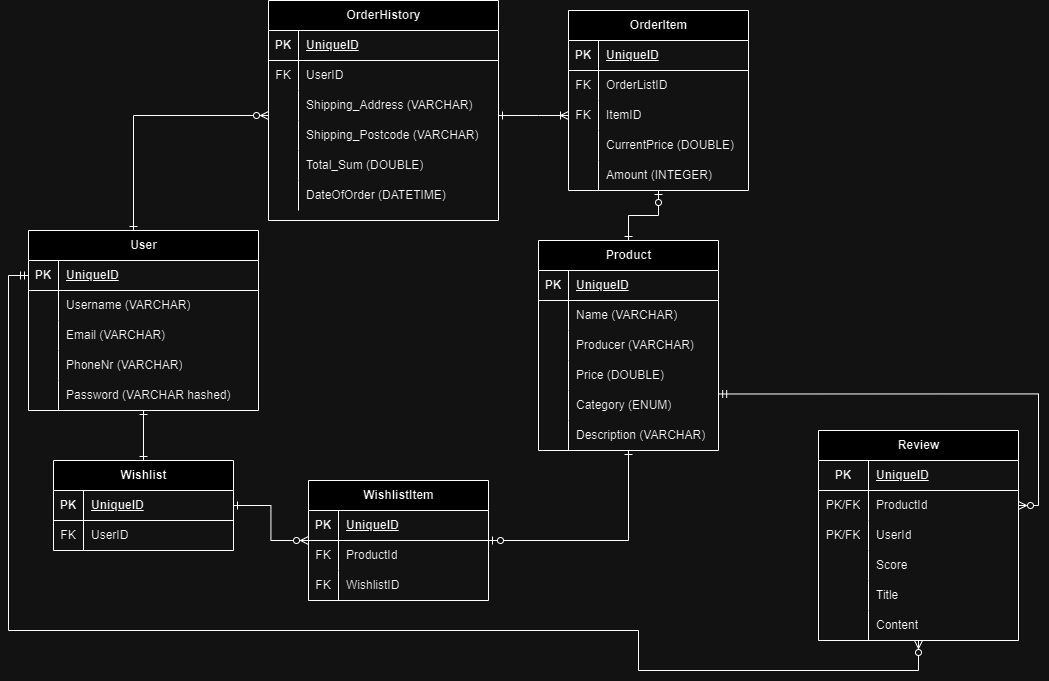
TheGrevling/Project-Marketplace-Backend keeps this draw.io diagram as Documentation/ER diagram.png. Above is the earlier version. Source tidied: cells renumbered, new cells last; positions are measured from the earlier drawing's top-left corner, leaving out a move shared by most shapes.
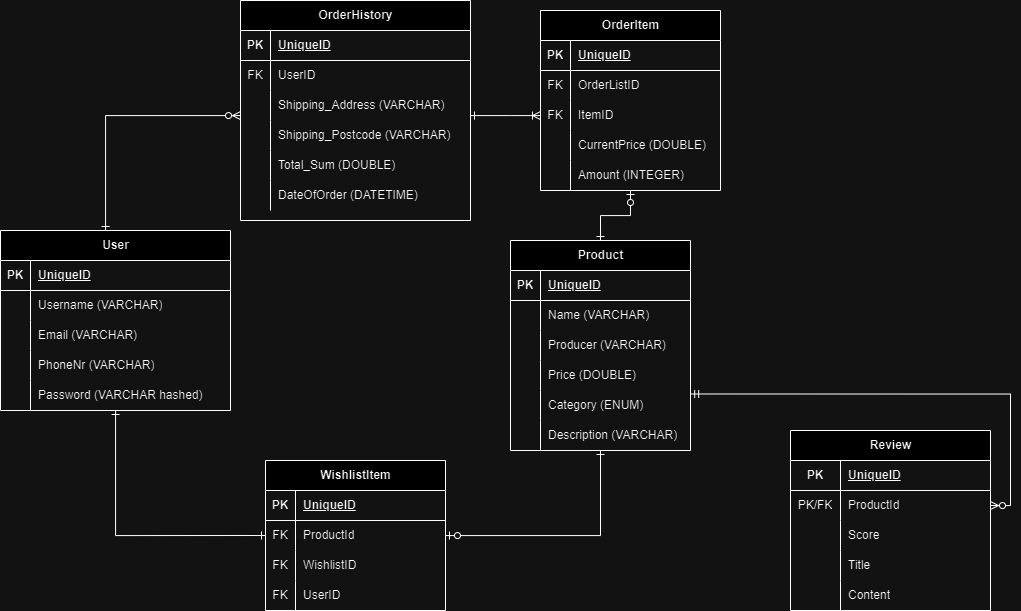
Later version of the same file.

Diff of the diagram source:
```diff
@@ -9,7 +9,7 @@
         </Array>
       </mxGeometry>
     </mxCell>
-    <mxCell id="3" style="edgeStyle=orthogonalEdgeStyle;rounded=0;jettySize=auto;html=1;startArrow=ERone;startFill=0;endArrow=ERone;endFill=0;" parent="1" edge="1" source="4" target="62">
+    <mxCell id="3" style="edgeStyle=orthogonalEdgeStyle;rounded=0;jettySize=auto;html=1;startArrow=ERone;startFill=0;endArrow=ERone;endFill=0;entryX=0;entryY=0.5;entryDx=0;entryDy=0;" parent="1" edge="1" source="4" target="74">
       <mxGeometry relative="1" as="geometry" />
     </mxCell>
     <mxCell id="4" value="User" style="shape=table;startSize=30;rowLines=0;fontStyle=1;align=center;html=1;" parent="1" vertex="1">
@@ -185,38 +185,14 @@
     <mxCell id="59" value="Description (VARCHAR)" style="shape=partialRectangle;fillColor=none;top=0;left=0;bottom=0;right=0;align=left;spacingLeft=6;overflow=hidden;whiteSpace=wrap;html=1;" parent="57" vertex="1">
       <mxGeometry x="30" width="150" height="30" as="geometry" />
     </mxCell>
-    <mxCell id="60" style="edgeStyle=orthogonalEdgeStyle;rounded=0;jettySize=auto;html=1;startArrow=ERone;startFill=0;endArrow=ERzeroToMany;endFill=0;entryX=0;entryY=0.5;entryDx=0;entryDy=0;exitX=1;exitY=0.5;exitDx=0;exitDy=0;" parent="1" edge="1" source="x" target="71">
+    <mxCell id="60" style="edgeStyle=orthogonalEdgeStyle;rounded=0;jettySize=auto;html=1;startArrow=ERone;startFill=0;endArrow=ERzeroToMany;endFill=0;entryX=0;entryY=0.5;entryDx=0;entryDy=0;exitX=1;exitY=0.5;exitDx=0;exitDy=0;" parent="1" edge="1" target="71">
       <mxGeometry relative="1" as="geometry" />
     </mxCell>
-    <mxCell id="61" style="edgeStyle=orthogonalEdgeStyle;rounded=0;jettySize=auto;html=1;startArrow=ERone;startFill=0;endArrow=ERzeroToMany;endFill=0;" parent="1" edge="1" source="62" target="70">
-      <mxGeometry relative="1" as="geometry" />
-    </mxCell>
-    <mxCell id="62" value="Wishlist" style="shape=table;startSize=30;rowLines=0;fontStyle=1;align=center;html=1;" parent="1" vertex="1">
-      <mxGeometry x="45" y="460" width="180" height="90" as="geometry" />
-    </mxCell>
-    <mxCell id="63" style="shape=tableRow;horizontal=0;startSize=0;swimlaneHead=0;swimlaneBody=0;fillColor=none;top=0;left=0;right=0;bottom=1;" parent="62" vertex="1">
-      <mxGeometry y="30" width="180" height="30" as="geometry" />
-    </mxCell>
-    <mxCell id="64" value="PK" style="shape=partialRectangle;fillColor=none;top=0;left=0;bottom=0;right=0;fontStyle=1;overflow=hidden;whiteSpace=wrap;html=1;" parent="63" vertex="1">
-      <mxGeometry width="30" height="30" as="geometry" />
-    </mxCell>
-    <mxCell id="65" value="UniqueID" style="shape=partialRectangle;fillColor=none;top=0;left=0;bottom=0;right=0;align=left;spacingLeft=6;fontStyle=5;overflow=hidden;whiteSpace=wrap;html=1;" parent="63" vertex="1">
-      <mxGeometry x="30" width="150" height="30" as="geometry" />
-    </mxCell>
-    <mxCell id="66" style="shape=tableRow;horizontal=0;startSize=0;swimlaneHead=0;swimlaneBody=0;fillColor=none;top=0;left=0;right=0;bottom=0;" parent="62" vertex="1">
-      <mxGeometry y="60" width="180" height="30" as="geometry" />
-    </mxCell>
-    <mxCell id="67" value="FK" style="shape=partialRectangle;fillColor=none;top=0;left=0;bottom=0;right=0;overflow=hidden;whiteSpace=wrap;html=1;" parent="66" vertex="1">
-      <mxGeometry width="30" height="30" as="geometry" />
-    </mxCell>
-    <mxCell id="68" value="UserID" style="shape=partialRectangle;fillColor=none;top=0;left=0;bottom=0;right=0;align=left;spacingLeft=6;overflow=hidden;whiteSpace=wrap;html=1;" parent="66" vertex="1">
-      <mxGeometry x="30" width="150" height="30" as="geometry" />
-    </mxCell>
     <mxCell id="69" style="edgeStyle=orthogonalEdgeStyle;rounded=0;jettySize=auto;html=1;startArrow=ERzeroToOne;startFill=0;endArrow=ERone;endFill=0;" parent="1" edge="1" source="70" target="41">
       <mxGeometry relative="1" as="geometry" />
     </mxCell>
     <mxCell id="70" value="WishlistItem" style="shape=table;startSize=30;rowLines=0;fontStyle=1;align=center;html=1;" parent="1" vertex="1">
-      <mxGeometry x="300" y="480" width="180" height="120" as="geometry" />
+      <mxGeometry x="285" y="460" width="180" height="150" as="geometry" />
     </mxCell>
     <mxCell id="71" style="shape=tableRow;horizontal=0;startSize=0;swimlaneHead=0;swimlaneBody=0;fillColor=none;points=[[0,0.5],[1,0.5]];portConstraint=eastwest;top=0;left=0;right=0;bottom=1;" parent="70" vertex="1">
       <mxGeometry y="30" width="180" height="30" as="geometry" />
@@ -245,6 +221,15 @@
     <mxCell id="79" value="WishlistID" style="shape=partialRectangle;fillColor=none;top=0;left=0;bottom=0;right=0;align=left;spacingLeft=6;overflow=hidden;whiteSpace=wrap;html=1;" parent="77" vertex="1">
       <mxGeometry x="30" width="150" height="30" as="geometry" />
     </mxCell>
+    <mxCell id="117" style="shape=tableRow;horizontal=0;startSize=0;swimlaneHead=0;swimlaneBody=0;fillColor=none;top=0;left=0;right=0;bottom=0;" parent="70" vertex="1">
+      <mxGeometry y="120" width="180" height="30" as="geometry" />
+    </mxCell>
+    <mxCell id="67" value="FK" style="shape=partialRectangle;fillColor=none;top=0;left=0;bottom=0;right=0;overflow=hidden;whiteSpace=wrap;html=1;" parent="117" vertex="1">
+      <mxGeometry width="30" height="30" as="geometry" />
+    </mxCell>
+    <mxCell id="68" value="UserID" style="shape=partialRectangle;fillColor=none;top=0;left=0;bottom=0;right=0;align=left;spacingLeft=6;overflow=hidden;whiteSpace=wrap;html=1;" parent="117" vertex="1">
+      <mxGeometry x="30" width="150" height="30" as="geometry" />
+    </mxCell>
     <mxCell id="80" value="OrderItem" style="shape=table;startSize=30;rowLines=0;fontStyle=1;align=center;html=1;" parent="1" vertex="1">
       <mxGeometry x="560" y="10" width="180" height="180" as="geometry" />
     </mxCell>
@@ -294,7 +279,7 @@
       <mxGeometry x="30" width="150" height="30" as="geometry" />
     </mxCell>
     <mxCell id="96" value="Review" style="shape=table;startSize=30;rowLines=0;fontStyle=1;align=center;html=1;" parent="1" vertex="1">
-      <mxGeometry x="810" y="430" width="200" height="210" as="geometry" />
+      <mxGeometry x="810" y="430" width="200" height="180" as="geometry" />
     </mxCell>
     <mxCell id="97" style="shape=tableRow;horizontal=0;startSize=0;swimlaneHead=0;swimlaneBody=0;fillColor=none;top=0;left=0;right=0;bottom=1;" parent="96" vertex="1">
       <mxGeometry y="30" width="200" height="30" as="geometry" />
@@ -314,17 +299,8 @@
     <mxCell id="102" value="ProductId" style="shape=partialRectangle;fillColor=none;top=0;left=0;bottom=0;right=0;align=left;spacingLeft=6;overflow=hidden;whiteSpace=wrap;html=1;" parent="100" vertex="1">
       <mxGeometry x="50" width="150" height="30" as="geometry" />
     </mxCell>
-    <mxCell id="103" style="shape=tableRow;horizontal=0;startSize=0;swimlaneHead=0;swimlaneBody=0;fillColor=none;top=0;left=0;right=0;bottom=0;" parent="96" vertex="1">
-      <mxGeometry y="90" width="200" height="30" as="geometry" />
-    </mxCell>
-    <mxCell id="104" value="PK/FK" style="shape=partialRectangle;fillColor=none;top=0;left=0;bottom=0;right=0;overflow=hidden;whiteSpace=wrap;html=1;" parent="103" vertex="1">
-      <mxGeometry width="50" height="30" as="geometry" />
-    </mxCell>
-    <mxCell id="105" value="UserId" style="shape=partialRectangle;fillColor=none;top=0;left=0;bottom=0;right=0;align=left;spacingLeft=6;overflow=hidden;whiteSpace=wrap;html=1;" parent="103" vertex="1">
-      <mxGeometry x="50" width="150" height="30" as="geometry" />
-    </mxCell>
     <mxCell id="106" style="shape=tableRow;horizontal=0;startSize=0;swimlaneHead=0;swimlaneBody=0;fillColor=none;top=0;left=0;right=0;bottom=0;" parent="96" vertex="1">
-      <mxGeometry y="120" width="200" height="30" as="geometry" />
+      <mxGeometry y="90" width="200" height="30" as="geometry" />
     </mxCell>
     <mxCell id="107" style="shape=partialRectangle;fillColor=none;top=0;left=0;bottom=0;right=0;overflow=hidden;whiteSpace=wrap;html=1;" parent="106" vertex="1">
       <mxGeometry width="50" height="30" as="geometry" />
@@ -333,7 +309,7 @@
       <mxGeometry x="50" width="150" height="30" as="geometry" />
     </mxCell>
     <mxCell id="109" style="shape=tableRow;horizontal=0;startSize=0;swimlaneHead=0;swimlaneBody=0;fillColor=none;top=0;left=0;right=0;bottom=0;" parent="96" vertex="1">
-      <mxGeometry y="150" width="200" height="30" as="geometry" />
+      <mxGeometry y="120" width="200" height="30" as="geometry" />
     </mxCell>
     <mxCell id="110" style="shape=partialRectangle;fillColor=none;top=0;left=0;bottom=0;right=0;overflow=hidden;whiteSpace=wrap;html=1;" parent="109" vertex="1">
       <mxGeometry width="50" height="30" as="geometry" />
@@ -342,7 +318,7 @@
       <mxGeometry x="50" width="150" height="30" as="geometry" />
     </mxCell>
     <mxCell id="112" style="shape=tableRow;horizontal=0;startSize=0;swimlaneHead=0;swimlaneBody=0;fillColor=none;points=[[0,0.5],[1,0.5]];portConstraint=eastwest;top=0;left=0;right=0;bottom=0;" parent="96" vertex="1">
-      <mxGeometry y="180" width="200" height="30" as="geometry" />
+      <mxGeometry y="150" width="200" height="30" as="geometry" />
     </mxCell>
     <mxCell id="113" style="shape=partialRectangle;fillColor=none;top=0;left=0;bottom=0;right=0;overflow=hidden;whiteSpace=wrap;html=1;" parent="112" vertex="1">
       <mxGeometry width="50" height="30" as="geometry" />
@@ -353,16 +329,5 @@
     <mxCell id="115" style="edgeStyle=orthogonalEdgeStyle;rounded=0;jettySize=auto;html=1;entryX=1;entryY=0.5;entryDx=0;entryDy=0;endArrow=ERzeroToMany;endFill=0;startArrow=ERmandOne;startFill=0;exitX=1.001;exitY=0.116;exitDx=0;exitDy=0;exitPerimeter=0;" parent="1" edge="1" source="54" target="100">
       <mxGeometry relative="1" as="geometry" />
     </mxCell>
-    <mxCell id="116" style="edgeStyle=orthogonalEdgeStyle;rounded=0;jettySize=auto;html=1;entryX=0;entryY=0.5;entryDx=0;entryDy=0;endArrow=ERmandOne;endFill=0;startArrow=ERzeroToMany;startFill=0;" parent="1" edge="1" source="112" target="5">
-      <mxGeometry relative="1" as="geometry">
-        <Array as="points">
-          <mxPoint x="910" y="670" />
-          <mxPoint x="630" y="670" />
-          <mxPoint x="630" y="630" />
-          <mxPoint y="630" />
-          <mxPoint y="275" />
-        </Array>
-      </mxGeometry>
-    </mxCell>
   </root>
 </mxGraphModel>
```
